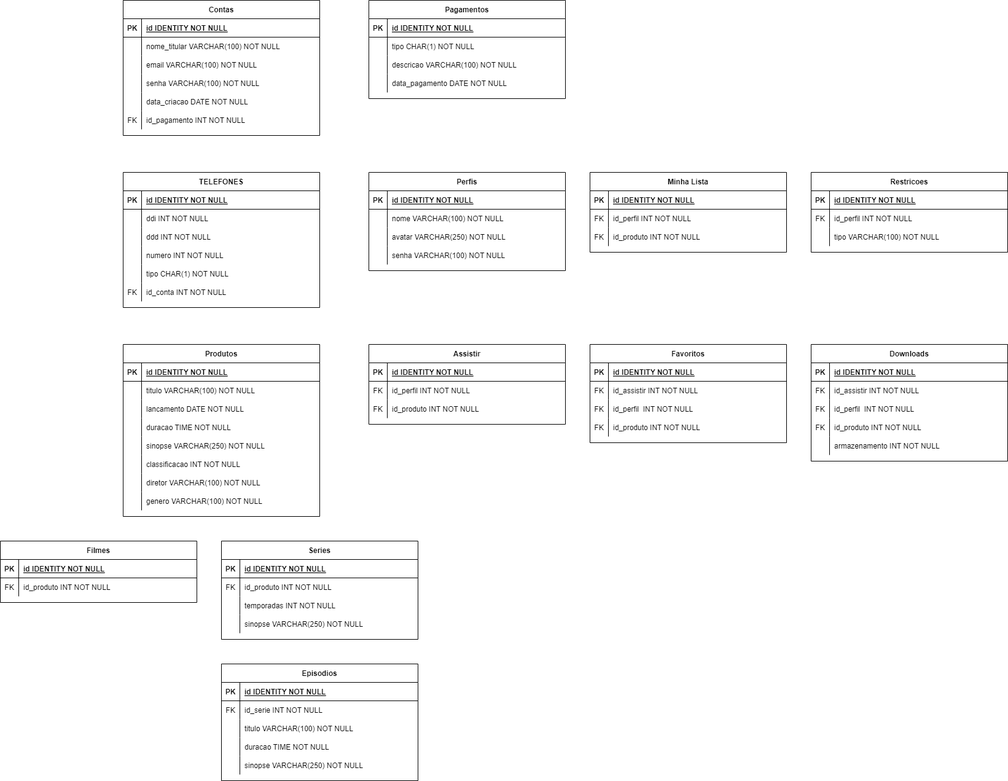
Earlier version of the draw.io export 03-modelo-logico/modelo-logico.png (leonardo-santiles/uniesp-banco-de-dados-I). Source tidied: cells renumbered, new cells last; positions are measured from the earlier drawing's top-left corner, leaving out a move shared by most shapes.
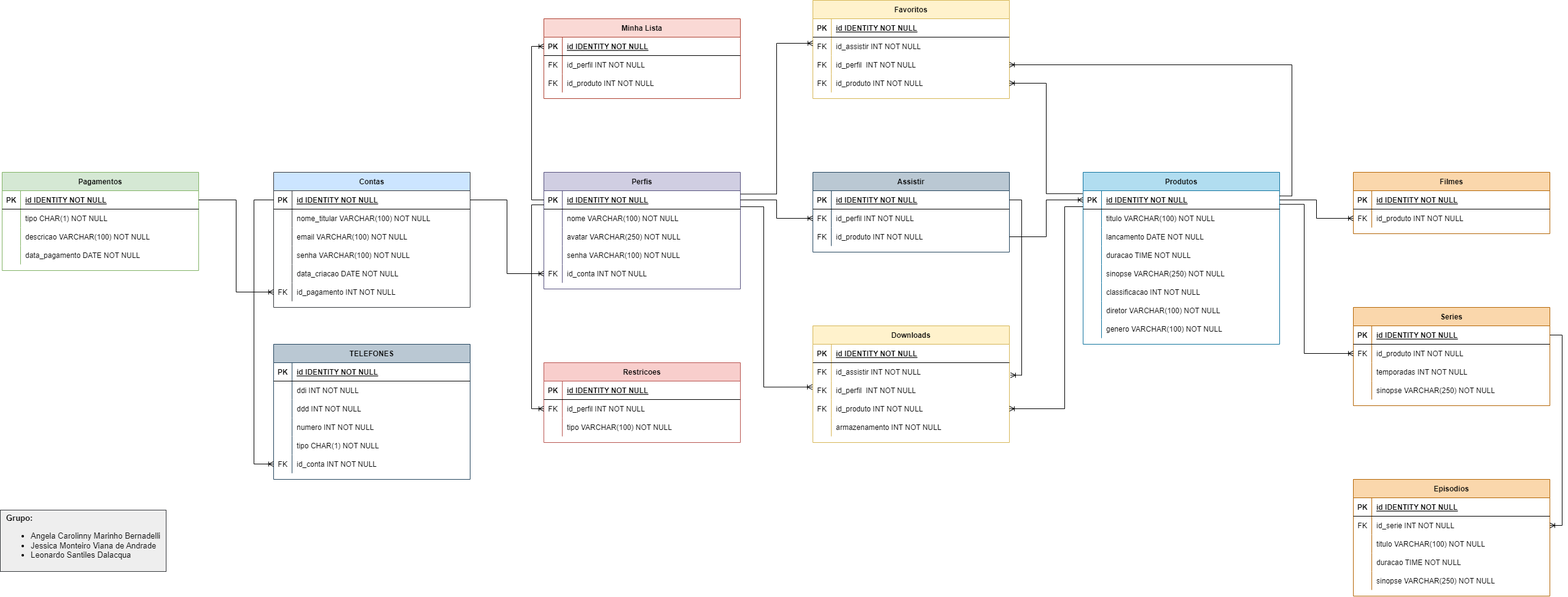
The same file after the commit.

Commit message:
corrige modelo lógico e adiciona script do modelo físico

Change to the diagram source:
```diff
@@ -2,8 +2,8 @@
   <root>
     <mxCell id="0" />
     <mxCell id="1" parent="0" />
-    <mxCell id="2" value="Contas" style="shape=table;startSize=30;rowLines=0;fontStyle=1;align=center;" parent="1" vertex="1">
-      <mxGeometry x="200" width="320" height="220" as="geometry" />
+    <mxCell id="2" value="Contas" style="shape=table;startSize=30;rowLines=0;fontStyle=1;align=center;fillColor=#cce5ff;strokeColor=#36393d;" parent="1" vertex="1">
+      <mxGeometry x="-397" y="-855" width="320" height="220" as="geometry" />
     </mxCell>
     <mxCell id="3" style="shape=tableRow;horizontal=0;startSize=0;swimlaneHead=0;swimlaneBody=0;fillColor=none;points=[[0,0.5],[1,0.5]];portConstraint=eastwest;top=0;left=0;right=0;bottom=1;" parent="2" vertex="1">
       <mxGeometry y="30" width="320" height="30" as="geometry" />
@@ -59,8 +59,8 @@
     <mxCell id="20" value="id_pagamento INT NOT NULL" style="shape=partialRectangle;fillColor=none;top=0;left=0;bottom=0;right=0;align=left;spacingLeft=6;overflow=hidden;" parent="18" vertex="1">
       <mxGeometry x="30" width="290" height="30" as="geometry" />
     </mxCell>
-    <mxCell id="21" value="TELEFONES" style="shape=table;startSize=30;rowLines=0;fontStyle=1;align=center;" parent="1" vertex="1">
-      <mxGeometry x="200" y="280" width="320" height="220" as="geometry" />
+    <mxCell id="21" value="TELEFONES" style="shape=table;startSize=30;rowLines=0;fontStyle=1;align=center;fillColor=#bac8d3;strokeColor=#23445d;" parent="1" vertex="1">
+      <mxGeometry x="-397" y="-575" width="320" height="220" as="geometry" />
     </mxCell>
     <mxCell id="22" style="shape=tableRow;horizontal=0;startSize=0;swimlaneHead=0;swimlaneBody=0;fillColor=none;top=0;left=0;right=0;bottom=1;" parent="21" vertex="1">
       <mxGeometry y="30" width="320" height="30" as="geometry" />
@@ -116,8 +116,8 @@
     <mxCell id="39" value="id_conta INT NOT NULL" style="shape=partialRectangle;fillColor=none;top=0;left=0;bottom=0;right=0;align=left;spacingLeft=6;overflow=hidden;" parent="37" vertex="1">
       <mxGeometry x="30" width="290" height="30" as="geometry" />
     </mxCell>
-    <mxCell id="40" value="Pagamentos" style="shape=table;startSize=30;rowLines=0;fontStyle=1;align=center;" parent="1" vertex="1">
-      <mxGeometry x="600" width="320" height="160" as="geometry" />
+    <mxCell id="40" value="Pagamentos" style="shape=table;startSize=30;rowLines=0;fontStyle=1;align=center;fillColor=#d5e8d4;strokeColor=#82b366;" parent="1" vertex="1">
+      <mxGeometry x="-839" y="-855" width="320" height="160" as="geometry" />
     </mxCell>
     <mxCell id="41" style="shape=tableRow;horizontal=0;startSize=0;swimlaneHead=0;swimlaneBody=0;fillColor=none;points=[[0,0.5],[1,0.5]];portConstraint=eastwest;top=0;left=0;right=0;bottom=1;" parent="40" vertex="1">
       <mxGeometry y="30" width="320" height="30" as="geometry" />
@@ -155,8 +155,8 @@
     <mxCell id="52" value="data_pagamento DATE NOT NULL" style="shape=partialRectangle;fillColor=none;top=0;left=0;bottom=0;right=0;align=left;spacingLeft=6;overflow=hidden;" parent="50" vertex="1">
       <mxGeometry x="30" width="290" height="30" as="geometry" />
     </mxCell>
-    <mxCell id="53" value="Perfis" style="shape=table;startSize=30;rowLines=0;fontStyle=1;align=center;" parent="1" vertex="1">
-      <mxGeometry x="600" y="280" width="320" height="160" as="geometry" />
+    <mxCell id="53" value="Perfis" style="shape=table;startSize=30;rowLines=0;fontStyle=1;align=center;fillColor=#d0cee2;strokeColor=#56517e;" parent="1" vertex="1">
+      <mxGeometry x="43" y="-855" width="320" height="190" as="geometry" />
     </mxCell>
     <mxCell id="54" style="shape=tableRow;horizontal=0;startSize=0;swimlaneHead=0;swimlaneBody=0;fillColor=none;points=[[0,0.5],[1,0.5]];portConstraint=eastwest;top=0;left=0;right=0;bottom=1;" parent="53" vertex="1">
       <mxGeometry y="30" width="320" height="30" as="geometry" />
@@ -194,8 +194,17 @@
     <mxCell id="65" value="senha VARCHAR(100) NOT NULL" style="shape=partialRectangle;fillColor=none;top=0;left=0;bottom=0;right=0;align=left;spacingLeft=6;overflow=hidden;" parent="63" vertex="1">
       <mxGeometry x="30" width="290" height="30" as="geometry" />
     </mxCell>
+    <mxCell id="186" style="shape=tableRow;horizontal=0;startSize=0;swimlaneHead=0;swimlaneBody=0;fillColor=none;points=[[0,0.5],[1,0.5]];portConstraint=eastwest;top=0;left=0;right=0;bottom=0;" parent="53" vertex="1">
+      <mxGeometry y="150" width="320" height="30" as="geometry" />
+    </mxCell>
+    <mxCell id="187" value="FK" style="shape=partialRectangle;fillColor=none;top=0;left=0;bottom=0;right=0;overflow=hidden;" parent="186" vertex="1">
+      <mxGeometry width="30" height="30" as="geometry" />
+    </mxCell>
+    <mxCell id="188" value="id_conta INT NOT NULL" style="shape=partialRectangle;fillColor=none;top=0;left=0;bottom=0;right=0;align=left;spacingLeft=6;overflow=hidden;" parent="186" vertex="1">
+      <mxGeometry x="30" width="290" height="30" as="geometry" />
+    </mxCell>
-    <mxCell id="66" value="Minha Lista" style="shape=table;startSize=30;rowLines=0;fontStyle=1;align=center;" parent="1" vertex="1">
-      <mxGeometry x="960" y="280" width="320" height="130" as="geometry" />
+    <mxCell id="66" value="Minha Lista" style="shape=table;startSize=30;rowLines=0;fontStyle=1;align=center;fillColor=#fad9d5;strokeColor=#ae4132;" parent="1" vertex="1">
+      <mxGeometry x="43" y="-1105" width="320" height="130" as="geometry" />
     </mxCell>
     <mxCell id="67" style="shape=tableRow;horizontal=0;startSize=0;swimlaneHead=0;swimlaneBody=0;fillColor=none;points=[[0,0.5],[1,0.5]];portConstraint=eastwest;top=0;left=0;right=0;bottom=1;" parent="66" vertex="1">
       <mxGeometry y="30" width="320" height="30" as="geometry" />
@@ -224,8 +233,8 @@
     <mxCell id="75" value="id_produto INT NOT NULL" style="shape=partialRectangle;fillColor=none;top=0;left=0;bottom=0;right=0;align=left;spacingLeft=6;overflow=hidden;" parent="73" vertex="1">
       <mxGeometry x="30" width="290" height="30" as="geometry" />
     </mxCell>
-    <mxCell id="76" value="Restricoes" style="shape=table;startSize=30;rowLines=0;fontStyle=1;align=center;" parent="1" vertex="1">
-      <mxGeometry x="1320" y="280" width="320" height="130" as="geometry" />
+    <mxCell id="76" value="Restricoes" style="shape=table;startSize=30;rowLines=0;fontStyle=1;align=center;fillColor=#f8cecc;strokeColor=#b85450;" parent="1" vertex="1">
+      <mxGeometry x="43" y="-545" width="320" height="130" as="geometry" />
     </mxCell>
     <mxCell id="77" style="shape=tableRow;horizontal=0;startSize=0;swimlaneHead=0;swimlaneBody=0;fillColor=none;top=0;left=0;right=0;bottom=1;" parent="76" vertex="1">
       <mxGeometry y="30" width="320" height="30" as="geometry" />
@@ -254,8 +263,8 @@
     <mxCell id="85" value="tipo VARCHAR(100) NOT NULL" style="shape=partialRectangle;fillColor=none;top=0;left=0;bottom=0;right=0;align=left;spacingLeft=6;overflow=hidden;" parent="83" vertex="1">
       <mxGeometry x="30" width="290" height="30" as="geometry" />
     </mxCell>
-    <mxCell id="86" value="Produtos" style="shape=table;startSize=30;rowLines=0;fontStyle=1;align=center;" parent="1" vertex="1">
-      <mxGeometry x="200" y="560" width="320" height="280" as="geometry" />
+    <mxCell id="86" value="Produtos" style="shape=table;startSize=30;rowLines=0;fontStyle=1;align=center;fillColor=#b1ddf0;strokeColor=#10739e;" parent="1" vertex="1">
+      <mxGeometry x="921" y="-855" width="320" height="280" as="geometry" />
     </mxCell>
     <mxCell id="87" style="shape=tableRow;horizontal=0;startSize=0;swimlaneHead=0;swimlaneBody=0;fillColor=none;points=[[0,0.5],[1,0.5]];portConstraint=eastwest;top=0;left=0;right=0;bottom=1;" parent="86" vertex="1">
       <mxGeometry y="30" width="320" height="30" as="geometry" />
@@ -329,8 +338,8 @@
     <mxCell id="110" value="genero VARCHAR(100) NOT NULL" style="shape=partialRectangle;fillColor=none;top=0;left=0;bottom=0;right=0;align=left;spacingLeft=6;overflow=hidden;" parent="108" vertex="1">
       <mxGeometry x="30" width="290" height="30" as="geometry" />
     </mxCell>
-    <mxCell id="111" value="Filmes" style="shape=table;startSize=30;rowLines=0;fontStyle=1;align=center;" parent="1" vertex="1">
-      <mxGeometry y="880" width="320" height="100" as="geometry" />
+    <mxCell id="111" value="Filmes" style="shape=table;startSize=30;rowLines=0;fontStyle=1;align=center;fillColor=#fad7ac;strokeColor=#b46504;" parent="1" vertex="1">
+      <mxGeometry x="1361" y="-855" width="320" height="100" as="geometry" />
     </mxCell>
     <mxCell id="112" style="shape=tableRow;horizontal=0;startSize=0;swimlaneHead=0;swimlaneBody=0;fillColor=none;top=0;left=0;right=0;bottom=1;" parent="111" vertex="1">
       <mxGeometry y="30" width="320" height="30" as="geometry" />
@@ -350,8 +359,8 @@
     <mxCell id="117" value="id_produto INT NOT NULL" style="shape=partialRectangle;fillColor=none;top=0;left=0;bottom=0;right=0;align=left;spacingLeft=6;overflow=hidden;" parent="115" vertex="1">
       <mxGeometry x="30" width="290" height="30" as="geometry" />
     </mxCell>
-    <mxCell id="118" value="Series" style="shape=table;startSize=30;rowLines=0;fontStyle=1;align=center;" parent="1" vertex="1">
-      <mxGeometry x="360" y="880" width="320" height="160" as="geometry" />
+    <mxCell id="118" value="Series" style="shape=table;startSize=30;rowLines=0;fontStyle=1;align=center;fillColor=#fad7ac;strokeColor=#b46504;" parent="1" vertex="1">
+      <mxGeometry x="1361" y="-635" width="320" height="160" as="geometry" />
     </mxCell>
     <mxCell id="119" style="shape=tableRow;horizontal=0;startSize=0;swimlaneHead=0;swimlaneBody=0;fillColor=none;points=[[0,0.5],[1,0.5]];portConstraint=eastwest;top=0;left=0;right=0;bottom=1;" parent="118" vertex="1">
       <mxGeometry y="30" width="320" height="30" as="geometry" />
@@ -389,8 +398,8 @@
     <mxCell id="130" value="sinopse VARCHAR(250) NOT NULL" style="shape=partialRectangle;fillColor=none;top=0;left=0;bottom=0;right=0;align=left;spacingLeft=6;overflow=hidden;" parent="128" vertex="1">
       <mxGeometry x="30" width="290" height="30" as="geometry" />
     </mxCell>
-    <mxCell id="131" value="Episodios" style="shape=table;startSize=30;rowLines=0;fontStyle=1;align=center;" parent="1" vertex="1">
-      <mxGeometry x="360" y="1080" width="320" height="190" as="geometry" />
+    <mxCell id="131" value="Episodios" style="shape=table;startSize=30;rowLines=0;fontStyle=1;align=center;fillColor=#fad7ac;strokeColor=#b46504;" parent="1" vertex="1">
+      <mxGeometry x="1361" y="-355" width="320" height="190" as="geometry" />
     </mxCell>
     <mxCell id="132" style="shape=tableRow;horizontal=0;startSize=0;swimlaneHead=0;swimlaneBody=0;fillColor=none;top=0;left=0;right=0;bottom=1;" parent="131" vertex="1">
       <mxGeometry y="30" width="320" height="30" as="geometry" />
@@ -437,8 +446,8 @@
     <mxCell id="146" value="sinopse VARCHAR(250) NOT NULL" style="shape=partialRectangle;fillColor=none;top=0;left=0;bottom=0;right=0;align=left;spacingLeft=6;overflow=hidden;" parent="144" vertex="1">
       <mxGeometry x="30" width="290" height="30" as="geometry" />
     </mxCell>
-    <mxCell id="147" value="Assistir" style="shape=table;startSize=30;rowLines=0;fontStyle=1;align=center;" parent="1" vertex="1">
-      <mxGeometry x="600" y="560" width="320" height="130" as="geometry" />
+    <mxCell id="147" value="Assistir" style="shape=table;startSize=30;rowLines=0;fontStyle=1;align=center;fillColor=#bac8d3;strokeColor=#23445d;" parent="1" vertex="1">
+      <mxGeometry x="481" y="-855" width="320" height="130" as="geometry" />
     </mxCell>
     <mxCell id="148" style="shape=tableRow;horizontal=0;startSize=0;swimlaneHead=0;swimlaneBody=0;fillColor=none;points=[[0,0.5],[1,0.5]];portConstraint=eastwest;top=0;left=0;right=0;bottom=1;" parent="147" vertex="1">
       <mxGeometry y="30" width="320" height="30" as="geometry" />
@@ -467,8 +476,8 @@
     <mxCell id="156" value="id_produto INT NOT NULL" style="shape=partialRectangle;fillColor=none;top=0;left=0;bottom=0;right=0;align=left;spacingLeft=6;overflow=hidden;" parent="154" vertex="1">
       <mxGeometry x="30" width="290" height="30" as="geometry" />
     </mxCell>
-    <mxCell id="157" value="Favoritos" style="shape=table;startSize=30;rowLines=0;fontStyle=1;align=center;" parent="1" vertex="1">
-      <mxGeometry x="960" y="560" width="320" height="160" as="geometry" />
+    <mxCell id="157" value="Favoritos" style="shape=table;startSize=30;rowLines=0;fontStyle=1;align=center;fillColor=#fff2cc;strokeColor=#d6b656;" parent="1" vertex="1">
+      <mxGeometry x="481" y="-1135" width="320" height="160" as="geometry" />
     </mxCell>
     <mxCell id="158" style="shape=tableRow;horizontal=0;startSize=0;swimlaneHead=0;swimlaneBody=0;fillColor=none;top=0;left=0;right=0;bottom=1;" parent="157" vertex="1">
       <mxGeometry y="30" width="320" height="30" as="geometry" />
@@ -506,8 +515,8 @@
     <mxCell id="169" value="id_produto INT NOT NULL" style="shape=partialRectangle;fillColor=none;top=0;left=0;bottom=0;right=0;align=left;spacingLeft=6;overflow=hidden;" parent="167" vertex="1">
       <mxGeometry x="30" width="290" height="30" as="geometry" />
     </mxCell>
-    <mxCell id="170" value="Downloads" style="shape=table;startSize=30;rowLines=0;fontStyle=1;align=center;" parent="1" vertex="1">
-      <mxGeometry x="1320" y="560" width="320" height="190" as="geometry" />
+    <mxCell id="170" value="Downloads" style="shape=table;startSize=30;rowLines=0;fontStyle=1;align=center;fillColor=#fff2cc;strokeColor=#d6b656;" parent="1" vertex="1">
+      <mxGeometry x="481" y="-605" width="320" height="190" as="geometry" />
     </mxCell>
     <mxCell id="171" style="shape=tableRow;horizontal=0;startSize=0;swimlaneHead=0;swimlaneBody=0;fillColor=none;top=0;left=0;right=0;bottom=1;" parent="170" vertex="1">
       <mxGeometry y="30" width="320" height="30" as="geometry" />
@@ -554,5 +563,77 @@
     <mxCell id="185" value="armazenamento INT NOT NULL" style="shape=partialRectangle;fillColor=none;top=0;left=0;bottom=0;right=0;align=left;spacingLeft=6;overflow=hidden;" parent="183" vertex="1">
       <mxGeometry x="30" width="290" height="30" as="geometry" />
     </mxCell>
+    <mxCell id="189" style="edgeStyle=orthogonalEdgeStyle;rounded=0;jettySize=auto;html=1;exitX=1;exitY=0.5;exitDx=0;exitDy=0;entryX=0;entryY=0.5;entryDx=0;entryDy=0;endArrow=ERoneToMany;endFill=0;" parent="1" edge="1" source="41" target="18">
+      <mxGeometry relative="1" as="geometry" />
+    </mxCell>
+    <mxCell id="190" style="edgeStyle=orthogonalEdgeStyle;rounded=0;jettySize=auto;html=1;exitX=1;exitY=0.5;exitDx=0;exitDy=0;endArrow=ERoneToMany;endFill=0;" parent="1" edge="1" source="3" target="186">
+      <mxGeometry relative="1" as="geometry" />
+    </mxCell>
+    <mxCell id="191" style="edgeStyle=orthogonalEdgeStyle;rounded=0;jettySize=auto;html=1;exitX=0;exitY=0.5;exitDx=0;exitDy=0;entryX=0;entryY=0.5;entryDx=0;entryDy=0;endArrow=ERoneToMany;endFill=0;" parent="1" edge="1" source="54" target="67">
+      <mxGeometry relative="1" as="geometry" />
+    </mxCell>
+    <mxCell id="192" style="edgeStyle=orthogonalEdgeStyle;rounded=0;jettySize=auto;html=1;exitX=1;exitY=0.5;exitDx=0;exitDy=0;entryX=0;entryY=0.5;entryDx=0;entryDy=0;endArrow=ERoneToMany;endFill=0;" parent="1" edge="1" source="54" target="151">
+      <mxGeometry relative="1" as="geometry" />
+    </mxCell>
+    <mxCell id="193" style="edgeStyle=orthogonalEdgeStyle;rounded=0;jettySize=auto;html=1;exitX=1;exitY=0.5;exitDx=0;exitDy=0;entryX=0;entryY=0.5;entryDx=0;entryDy=0;endArrow=ERoneToMany;endFill=0;" parent="1" edge="1" source="154" target="87">
+      <mxGeometry relative="1" as="geometry" />
+    </mxCell>
+    <mxCell id="194" style="edgeStyle=orthogonalEdgeStyle;rounded=0;jettySize=auto;html=1;exitX=1;exitY=0.5;exitDx=0;exitDy=0;entryX=0;entryY=0.5;entryDx=0;entryDy=0;endArrow=ERoneToMany;endFill=0;exitPerimeter=0;" parent="1" edge="1" source="87" target="115">
+      <mxGeometry relative="1" as="geometry" />
+    </mxCell>
+    <mxCell id="195" style="edgeStyle=orthogonalEdgeStyle;rounded=0;jettySize=auto;html=1;exitX=1;exitY=0.5;exitDx=0;exitDy=0;entryX=1;entryY=0.5;entryDx=0;entryDy=0;endArrow=ERoneToMany;endFill=0;" parent="1" edge="1" source="119" target="135">
+      <mxGeometry relative="1" as="geometry" />
+    </mxCell>
+    <mxCell id="196" style="edgeStyle=orthogonalEdgeStyle;rounded=0;jettySize=auto;html=1;exitX=0.999;exitY=0.74;exitDx=0;exitDy=0;entryX=0;entryY=0.5;entryDx=0;entryDy=0;endArrow=ERoneToMany;endFill=0;exitPerimeter=0;" parent="1" edge="1" source="87" target="122">
+      <mxGeometry relative="1" as="geometry">
+        <Array as="points">
+          <mxPoint x="1281" y="-803" />
+          <mxPoint x="1281" y="-560" />
+        </Array>
+      </mxGeometry>
+    </mxCell>
+    <mxCell id="197" style="edgeStyle=orthogonalEdgeStyle;rounded=0;jettySize=auto;html=1;exitX=1.001;exitY=0.869;exitDx=0;exitDy=0;entryX=-0.003;entryY=0.322;entryDx=0;entryDy=0;entryPerimeter=0;endArrow=ERoneToMany;endFill=0;exitPerimeter=0;" parent="1" edge="1" source="54" target="177">
+      <mxGeometry relative="1" as="geometry">
+        <Array as="points">
+          <mxPoint x="401" y="-799" />
+          <mxPoint x="401" y="-505" />
+        </Array>
+      </mxGeometry>
+    </mxCell>
+    <mxCell id="198" style="edgeStyle=orthogonalEdgeStyle;rounded=0;jettySize=auto;html=1;exitX=1;exitY=0.5;exitDx=0;exitDy=0;entryX=1.006;entryY=0.68;entryDx=0;entryDy=0;entryPerimeter=0;endArrow=ERoneToMany;endFill=0;" parent="1" edge="1" source="148" target="174">
+      <mxGeometry relative="1" as="geometry" />
+    </mxCell>
+    <mxCell id="199" style="edgeStyle=orthogonalEdgeStyle;rounded=0;jettySize=auto;html=1;entryX=1;entryY=0.5;entryDx=0;entryDy=0;endArrow=ERoneToMany;endFill=0;" parent="1" edge="1" target="180">
+      <mxGeometry relative="1" as="geometry">
+        <mxPoint x="921" y="-799" as="sourcePoint" />
+        <Array as="points">
+          <mxPoint x="891" y="-799" />
+          <mxPoint x="891" y="-470" />
+        </Array>
+      </mxGeometry>
+    </mxCell>
+    <mxCell id="200" style="edgeStyle=orthogonalEdgeStyle;rounded=0;jettySize=auto;html=1;exitX=-0.003;exitY=0.159;exitDx=0;exitDy=0;entryX=1;entryY=0.5;entryDx=0;entryDy=0;endArrow=ERoneToMany;endFill=0;exitPerimeter=0;" parent="1" edge="1" source="87" target="167">
+      <mxGeometry relative="1" as="geometry" />
+    </mxCell>
+    <mxCell id="201" style="edgeStyle=orthogonalEdgeStyle;rounded=0;jettySize=auto;html=1;exitX=0.001;exitY=0.768;exitDx=0;exitDy=0;entryX=0;entryY=0.5;entryDx=0;entryDy=0;endArrow=ERoneToMany;endFill=0;exitPerimeter=0;" parent="1" edge="1" source="54" target="80">
+      <mxGeometry relative="1" as="geometry" />
+    </mxCell>
+    <mxCell id="202" style="edgeStyle=orthogonalEdgeStyle;rounded=0;jettySize=auto;html=1;exitX=1.001;exitY=0.182;exitDx=0;exitDy=0;entryX=0;entryY=0.333;entryDx=0;entryDy=0;entryPerimeter=0;endArrow=ERoneToMany;endFill=0;exitPerimeter=0;" parent="1" edge="1" source="54" target="161">
+      <mxGeometry relative="1" as="geometry" />
+    </mxCell>
+    <mxCell id="203" style="edgeStyle=orthogonalEdgeStyle;rounded=0;jettySize=auto;html=1;exitX=0.999;exitY=0.283;exitDx=0;exitDy=0;entryX=1;entryY=0.5;entryDx=0;entryDy=0;endArrow=ERoneToMany;endFill=0;exitPerimeter=0;" parent="1" edge="1" source="87" target="164">
+      <mxGeometry relative="1" as="geometry" />
+    </mxCell>
+    <mxCell id="204" style="edgeStyle=orthogonalEdgeStyle;rounded=0;jettySize=auto;html=1;exitX=0;exitY=0.5;exitDx=0;exitDy=0;entryX=0;entryY=0.5;entryDx=0;entryDy=0;endArrow=ERoneToMany;endFill=0;" parent="1" edge="1" source="3" target="37">
+      <mxGeometry relative="1" as="geometry">
+        <Array as="points">
+          <mxPoint x="-429" y="-810" />
+          <mxPoint x="-429" y="-380" />
+        </Array>
+      </mxGeometry>
+    </mxCell>
+    <mxCell id="205" value="&lt;div style=&quot;text-align: left; font-size: 13px;&quot;&gt;&lt;b style=&quot;background-color: initial;&quot;&gt;Grupo:&lt;/b&gt;&lt;br&gt;&lt;/div&gt;&lt;font style=&quot;font-size: 13px;&quot;&gt;&lt;span id=&quot;docs-internal-guid-7353a7bc-7fff-5988-2c2f-52e2749c52a2&quot;&gt;&lt;div style=&quot;text-align: left;&quot;&gt;&lt;ul&gt;&lt;li&gt;&lt;span style=&quot;background-color: transparent; font-family: Arial;&quot;&gt;Angela Carolinny Marinho Bernadelli&lt;/span&gt;&lt;/li&gt;&lt;li&gt;Jessica Monteiro Viana de Andrade&lt;/li&gt;&lt;li&gt;Leonardo Santiles Dalacqua&lt;/li&gt;&lt;/ul&gt;&lt;/div&gt;&lt;/span&gt;&lt;/font&gt;" style="text;html=1;align=center;verticalAlign=middle;strokeColor=#36393d;fillColor=#eeeeee;" parent="1" vertex="1">
+      <mxGeometry x="-842" y="-305" width="270" height="100" as="geometry" />
+    </mxCell>
   </root>
 </mxGraphModel>
```
